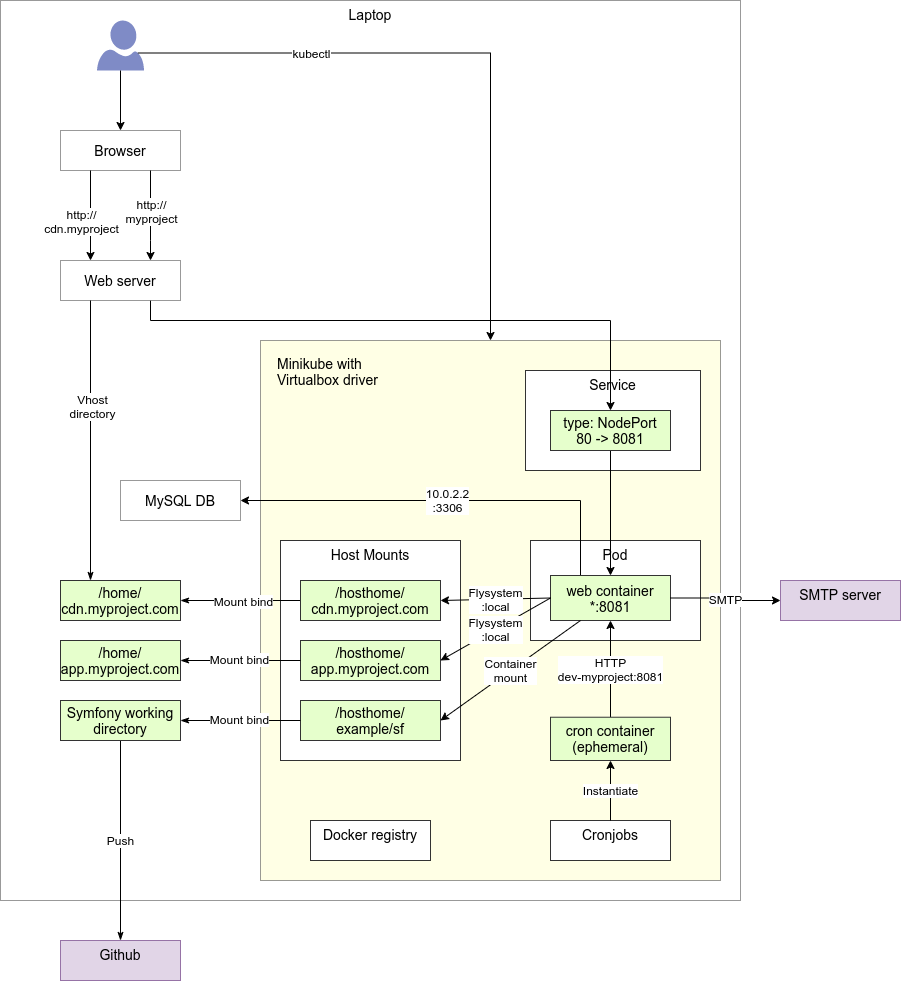
Before: docs/architecture-images/architecture-local.png, a diagram exported from draw.io (ericjacolin/symfony-gke). Source tidied: cells renumbered, new cells last; positions are measured from the earlier drawing's top-left corner, leaving out a move shared by most shapes.
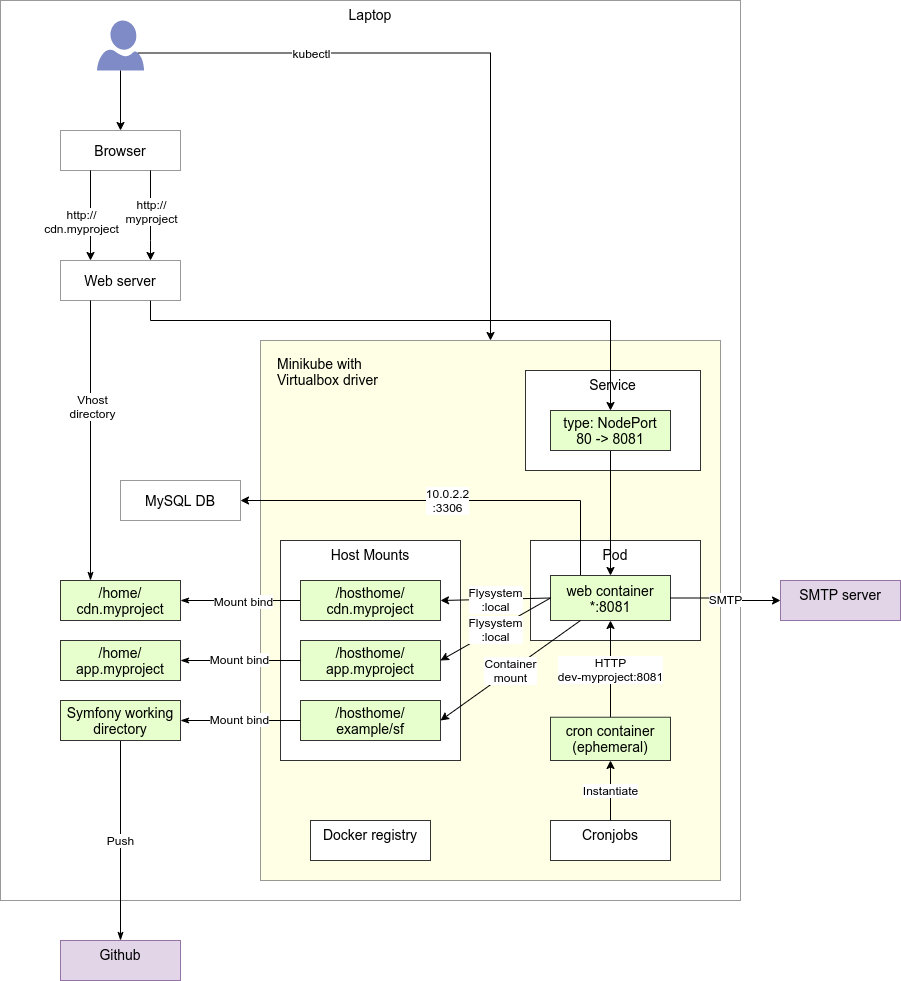
After the change.

Commit message:
Updated architecture diagram

Change to the diagram source:
```diff
@@ -67,13 +67,13 @@
     <mxCell id="21" value="Host Mounts" style="rounded=0;whiteSpace=wrap;html=1;strokeColor=#333333;strokeWidth=1;fillColor=#ffffff;fontSize=14;verticalAlign=top;" parent="1" vertex="1">
       <mxGeometry x="280" y="540" width="180" height="220" as="geometry" />
     </mxCell>
-    <mxCell id="22" value="/home/&lt;br&gt;cdn.myproject.com" style="rounded=0;whiteSpace=wrap;html=1;strokeColor=#333333;strokeWidth=1;fillColor=#E6FFCC;fontSize=14;labelBackgroundColor=#E6FFCC;" parent="1" vertex="1">
+    <mxCell id="22" value="/home/&lt;br&gt;cdn.myproject" style="rounded=0;whiteSpace=wrap;html=1;strokeColor=#333333;strokeWidth=1;fillColor=#E6FFCC;fontSize=14;labelBackgroundColor=#E6FFCC;" parent="1" vertex="1">
       <mxGeometry x="60" y="580" width="120" height="40" as="geometry" />
     </mxCell>
-    <mxCell id="23" value="/home/&lt;br&gt;app.myproject.com" style="rounded=0;whiteSpace=wrap;html=1;strokeColor=#333333;strokeWidth=1;fillColor=#E6FFCC;fontSize=14;labelBackgroundColor=#E6FFCC;" parent="1" vertex="1">
+    <mxCell id="23" value="/home/&lt;br&gt;app.myproject" style="rounded=0;whiteSpace=wrap;html=1;strokeColor=#333333;strokeWidth=1;fillColor=#E6FFCC;fontSize=14;labelBackgroundColor=#E6FFCC;" parent="1" vertex="1">
       <mxGeometry x="60" y="640" width="120" height="40" as="geometry" />
     </mxCell>
-    <mxCell id="24" value="/hosthome/&lt;br&gt;app.myproject.com" style="rounded=0;whiteSpace=wrap;html=1;strokeColor=#333333;strokeWidth=1;fillColor=#E6FFCC;fontSize=14;labelBackgroundColor=#E6FFCC;" parent="1" vertex="1">
+    <mxCell id="24" value="/hosthome/&lt;br&gt;app.myproject" style="rounded=0;whiteSpace=wrap;html=1;strokeColor=#333333;strokeWidth=1;fillColor=#E6FFCC;fontSize=14;labelBackgroundColor=#E6FFCC;" parent="1" vertex="1">
       <mxGeometry x="300" y="640" width="140" height="40" as="geometry" />
     </mxCell>
     <mxCell id="25" style="edgeStyle=orthogonalEdgeStyle;rounded=0;jettySize=auto;html=1;exitX=0;exitY=0.5;exitDx=0;exitDy=0;entryX=1;entryY=0.5;entryDx=0;entryDy=0;fontSize=14;endArrow=classicThin;endFill=1;" parent="1" edge="1" source="27" target="22">
@@ -84,7 +84,7 @@
         <mxPoint x="11" y="-5" as="offset" />
       </mxGeometry>
     </mxCell>
-    <mxCell id="27" value="/hosthome/&lt;br&gt;cdn.myproject.com" style="rounded=0;whiteSpace=wrap;html=1;strokeColor=#333333;strokeWidth=1;fillColor=#E6FFCC;fontSize=14;labelBackgroundColor=#E6FFCC;" parent="1" vertex="1">
+    <mxCell id="27" value="/hosthome/&lt;br&gt;cdn.myproject" style="rounded=0;whiteSpace=wrap;html=1;strokeColor=#333333;strokeWidth=1;fillColor=#E6FFCC;fontSize=14;labelBackgroundColor=#E6FFCC;" parent="1" vertex="1">
       <mxGeometry x="300" y="580" width="140" height="40" as="geometry" />
     </mxCell>
     <mxCell id="28" style="edgeStyle=orthogonalEdgeStyle;rounded=0;jettySize=auto;html=1;fontSize=14;endArrow=classicThin;endFill=1;entryX=1;entryY=0.5;entryDx=0;entryDy=0;exitX=0;exitY=0.5;exitDx=0;exitDy=0;" parent="1" edge="1" source="24" target="23">
```
